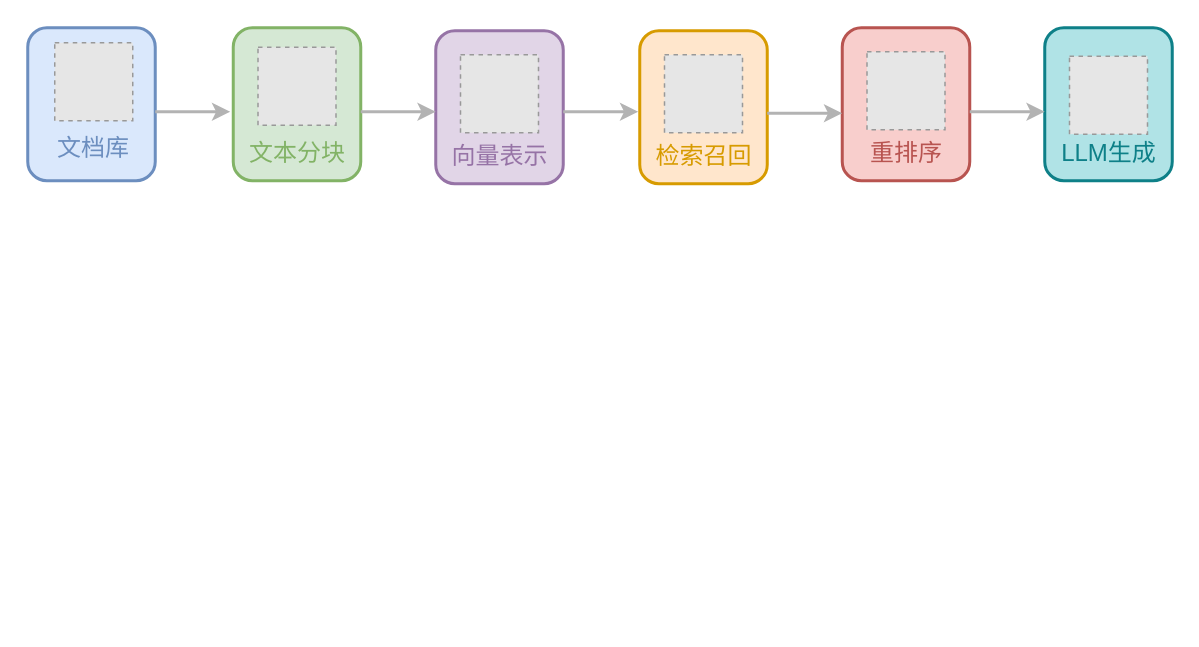
The draw.io diagram diagrams/key_components_and_optimization_directions_of_rag.drawio in real-jiakai/draw, before the edit. Source tidied: cells renumbered, new cells numbered last; positions are measured from the earlier drawing's top-left corner, leaving out a move shared by most shapes. Both pictures are drawn from the tidied source at 150%, with x=0, y=0 at pixel (27, 27). Pictures stored in the file or linked from it are replaced by grey dashed boxes.
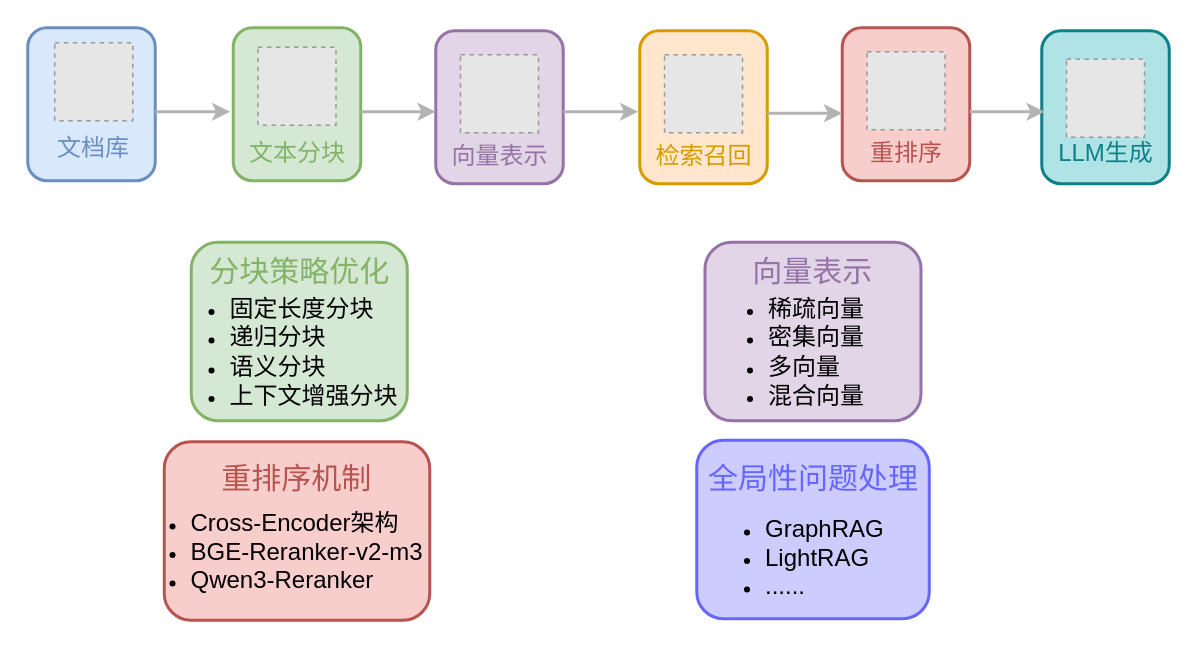
Above is the later version.

What changed in the source:
```diff
@@
+    <mxCell id="25" style="rounded=1;whiteSpace=wrap;html=1;strokeColor=#6666FF;fillColor=#CCCCFF;strokeWidth=2;" parent="1" vertex="1">
+      <mxGeometry x="446" y="275" width="155" height="119" as="geometry" />
+    </mxCell>
+    <mxCell id="26" style="rounded=1;whiteSpace=wrap;html=1;strokeWidth=2;fillColor=#f8cecc;strokeColor=#b85450;" parent="1" vertex="1">
+      <mxGeometry x="91" y="276" width="177" height="119" as="geometry" />
+    </mxCell>
+    <mxCell id="27" style="rounded=1;whiteSpace=wrap;html=1;strokeWidth=2;fillColor=#e1d5e7;strokeColor=#9673a6;" parent="1" vertex="1">
+      <mxGeometry x="451.5" y="143" width="144" height="119" as="geometry" />
+    </mxCell>
+    <mxCell id="28" style="rounded=1;whiteSpace=wrap;html=1;strokeWidth=2;fillColor=#D5E8D4;strokeColor=#82B366;" parent="1" vertex="1">
+      <mxGeometry x="109" y="143" width="144" height="119" as="geometry" />
+    </mxCell>
@@
     <mxCell id="17" style="rounded=1;whiteSpace=wrap;html=1;strokeWidth=2;fillColor=#b0e3e6;strokeColor=#0e8088;" parent="1" vertex="1">
-      <mxGeometry x="678" width="85" height="102" as="geometry" />
+      <mxGeometry x="676" y="2" width="85" height="102" as="geometry" />
     </mxCell>
     <mxCell id="18" value="&lt;font style=&quot;color: rgb(14, 128, 136);&quot;&gt;&lt;span style=&quot;font-size: 16px;&quot;&gt;LLM生成&lt;/span&gt;&lt;/font&gt;" style="text;html=1;whiteSpace=wrap;strokeColor=none;fillColor=none;align=center;verticalAlign=middle;rounded=0;" parent="1" vertex="1">
-      <mxGeometry x="687.8" y="68" width="65.5" height="30" as="geometry" />
+      <mxGeometry x="685.8" y="68" width="65.5" height="30" as="geometry" />
     </mxCell>
     <mxCell id="19" style="fillColor=#E6E6E6;strokeColor=#999999;dashed=1;verticalLabelPosition=bottom;labelBackgroundColor=default;verticalAlign=top;" parent="1" vertex="1">
-      <mxGeometry x="694.5" y="19" width="52" height="52" as="geometry" />
+      <mxGeometry x="692.5" y="21" width="52" height="52" as="geometry" />
     </mxCell>
@@
+    <mxCell id="29" value="&lt;font style=&quot;font-size: 20px; color: rgb(130, 179, 102);&quot;&gt;分块策略优化&lt;/font&gt;" style="text;html=1;whiteSpace=wrap;strokeColor=none;fillColor=none;align=center;verticalAlign=middle;rounded=0;" parent="1" vertex="1">
+      <mxGeometry x="119.5" y="147" width="123" height="30" as="geometry" />
+    </mxCell>
+    <mxCell id="30" value="&lt;ul&gt;&lt;li&gt;&lt;font style=&quot;font-size: 16px;&quot;&gt;固定长度分块&lt;/font&gt;&lt;/li&gt;&lt;li&gt;&lt;font style=&quot;font-size: 16px;&quot;&gt;递归分块&lt;/font&gt;&lt;/li&gt;&lt;li&gt;&lt;font style=&quot;font-size: 16px;&quot;&gt;语义分块&lt;/font&gt;&lt;/li&gt;&lt;li&gt;&lt;font style=&quot;font-size: 16px;&quot;&gt;上下文增强分块&lt;/font&gt;&lt;/li&gt;&lt;/ul&gt;" style="text;html=1;whiteSpace=wrap;strokeColor=none;fillColor=none;align=left;verticalAlign=middle;rounded=0;" parent="1" vertex="1">
+      <mxGeometry x="93" y="175" width="162" height="81" as="geometry" />
+    </mxCell>
+    <mxCell id="31" value="&lt;span style=&quot;font-size: 20px;&quot;&gt;&lt;font style=&quot;color: rgb(150, 115, 166);&quot;&gt;向量表示&lt;/font&gt;&lt;/span&gt;" style="text;html=1;whiteSpace=wrap;strokeColor=none;fillColor=none;align=center;verticalAlign=middle;rounded=0;" parent="1" vertex="1">
+      <mxGeometry x="462" y="147" width="123" height="30" as="geometry" />
+    </mxCell>
+    <mxCell id="32" value="&lt;ul&gt;&lt;li&gt;&lt;span style=&quot;font-size: 16px;&quot;&gt;稀疏向量&lt;/span&gt;&lt;/li&gt;&lt;li&gt;&lt;span style=&quot;font-size: 16px;&quot;&gt;密集向量&lt;/span&gt;&lt;/li&gt;&lt;li&gt;&lt;span style=&quot;font-size: 16px;&quot;&gt;多向量&lt;/span&gt;&lt;/li&gt;&lt;li&gt;&lt;span style=&quot;font-size: 16px;&quot;&gt;混合向量&lt;/span&gt;&lt;/li&gt;&lt;/ul&gt;" style="text;html=1;whiteSpace=wrap;strokeColor=none;fillColor=none;align=left;verticalAlign=middle;rounded=0;" parent="1" vertex="1">
+      <mxGeometry x="452" y="175" width="114" height="81" as="geometry" />
+    </mxCell>
+    <mxCell id="33" value="&lt;span style=&quot;font-size: 20px;&quot;&gt;&lt;font style=&quot;color: rgb(184, 84, 80);&quot;&gt;重排序机制&lt;/font&gt;&lt;/span&gt;" style="text;html=1;whiteSpace=wrap;strokeColor=none;fillColor=none;align=center;verticalAlign=middle;rounded=0;" parent="1" vertex="1">
+      <mxGeometry x="118" y="285" width="123" height="30" as="geometry" />
+    </mxCell>
+    <mxCell id="34" value="&lt;ul&gt;&lt;li&gt;&lt;span style=&quot;font-size: 16px;&quot;&gt;Cross-Encoder架构&lt;/span&gt;&lt;/li&gt;&lt;li&gt;&lt;span style=&quot;font-size: 16px;&quot;&gt;BGE-Reranker-v2-m3&lt;/span&gt;&lt;/li&gt;&lt;li&gt;&lt;span style=&quot;font-size: 16px;&quot;&gt;Qwen3-Reranker&lt;/span&gt;&lt;/li&gt;&lt;/ul&gt;" style="text;html=1;whiteSpace=wrap;strokeColor=none;fillColor=none;align=left;verticalAlign=middle;rounded=0;" parent="1" vertex="1">
+      <mxGeometry x="67" y="308" width="197" height="81" as="geometry" />
+    </mxCell>
+    <mxCell id="35" value="&lt;span style=&quot;font-size: 20px;&quot;&gt;&lt;font style=&quot;color: rgb(102, 102, 255);&quot;&gt;全局性问题处理&lt;/font&gt;&lt;/span&gt;" style="text;html=1;whiteSpace=wrap;strokeColor=none;fillColor=none;align=center;verticalAlign=middle;rounded=0;" parent="1" vertex="1">
+      <mxGeometry x="449.8" y="285" width="148" height="30" as="geometry" />
+    </mxCell>
+    <mxCell id="36" value="&lt;ul&gt;&lt;li&gt;&lt;span style=&quot;font-size: 16px;&quot;&gt;GraphRAG&lt;/span&gt;&lt;/li&gt;&lt;li&gt;&lt;span style=&quot;font-size: 16px;&quot;&gt;LightRAG&lt;/span&gt;&lt;/li&gt;&lt;li&gt;&lt;span style=&quot;font-size: 16px;&quot;&gt;......&lt;/span&gt;&lt;/li&gt;&lt;/ul&gt;" style="text;html=1;whiteSpace=wrap;strokeColor=none;fillColor=none;align=left;verticalAlign=middle;rounded=0;" parent="1" vertex="1">
+      <mxGeometry x="449.8" y="311" width="143.5" height="84" as="geometry" />
+    </mxCell>
```
